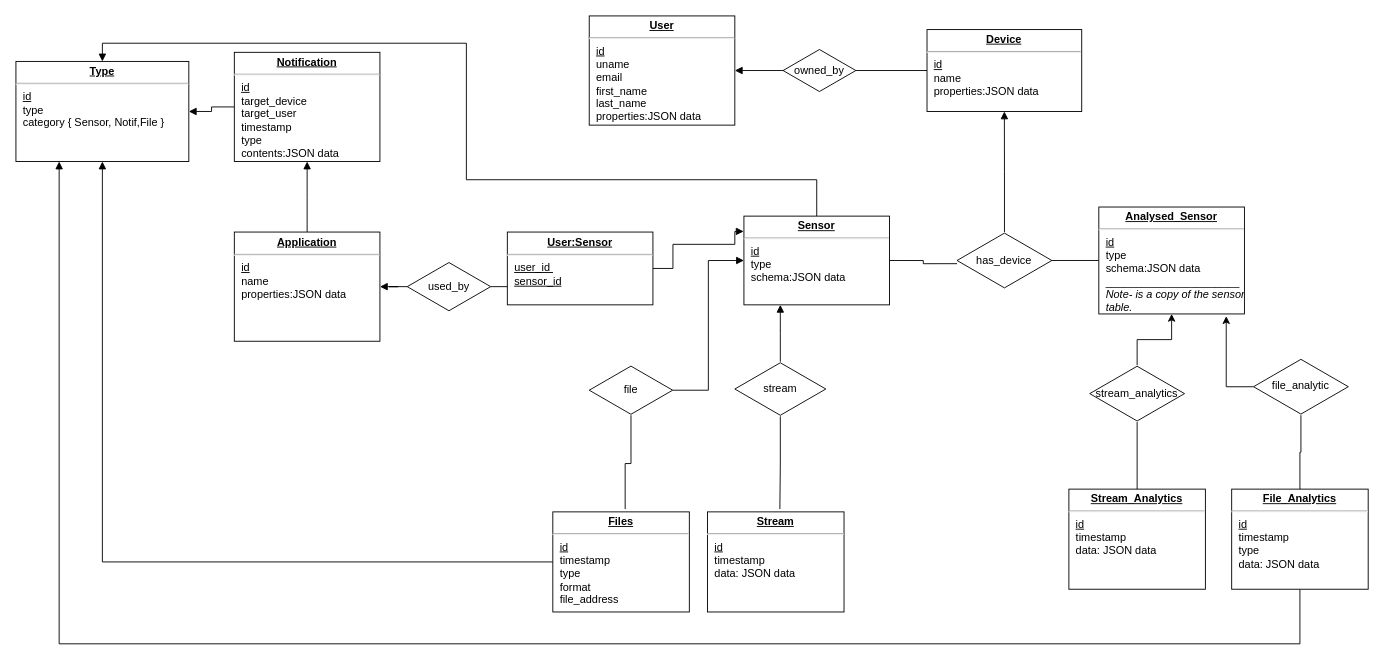
tanmay-rpatil/backend keeps this draw.io diagram as database_design/ER.drawio. Above is the earlier version. Source tidied: cells renumbered, new cells numbered last; positions are measured from the earlier drawing's top-left corner, leaving out a move shared by most shapes. Both pictures are drawn from the tidied source at 91%, with x=0, y=0 at pixel (15, 15).
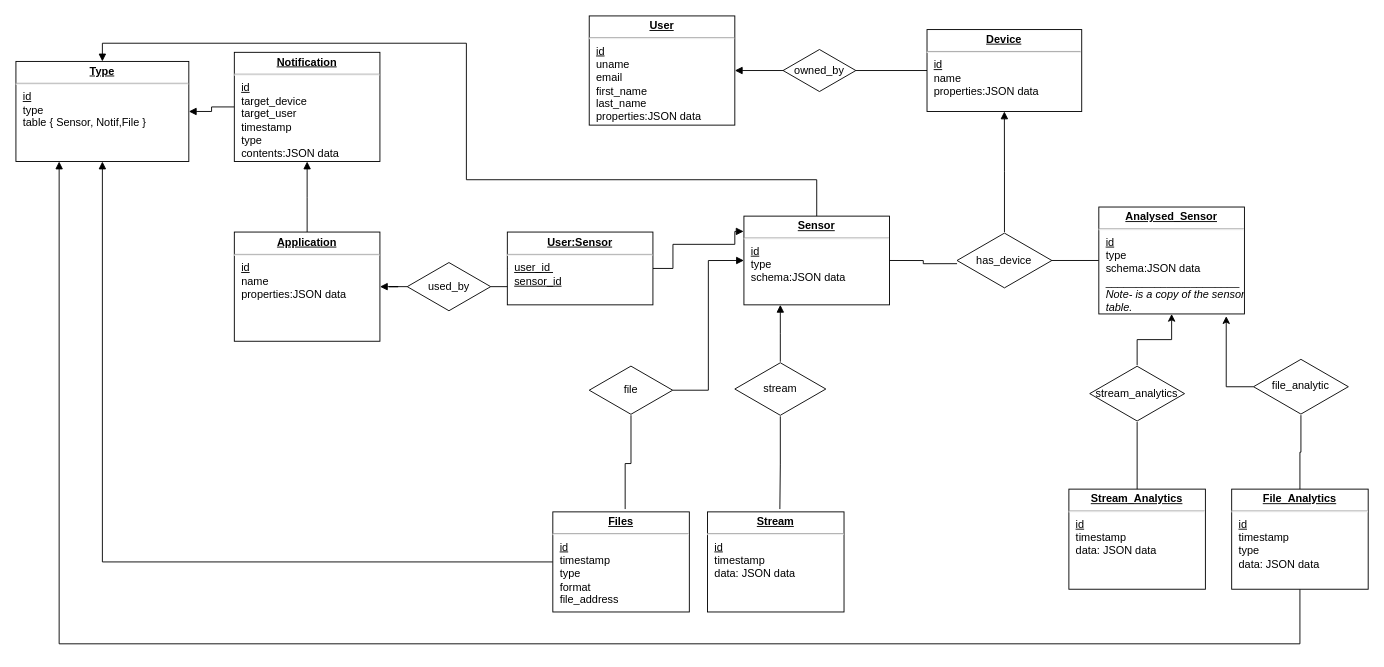
Above is the later version.

What changed in the source:
```diff
@@
-    <mxCell id="39" value="&lt;p style=&quot;margin: 0px ; margin-top: 4px ; text-align: center ; text-decoration: underline&quot;&gt;&lt;b&gt;Type&lt;/b&gt;&lt;/p&gt;&lt;hr&gt;&lt;p style=&quot;margin: 0px ; margin-left: 8px&quot;&gt;&lt;u&gt;id&lt;/u&gt;&lt;/p&gt;&lt;p style=&quot;margin: 0px ; margin-left: 8px&quot;&gt;type&lt;/p&gt;&lt;p style=&quot;margin: 0px ; margin-left: 8px&quot;&gt;category { Sensor, Notif,File }&lt;/p&gt;&lt;p style=&quot;margin: 0px ; margin-left: 8px&quot;&gt;&lt;br&gt;&lt;/p&gt;" style="verticalAlign=top;align=left;overflow=fill;fontSize=12;fontFamily=Helvetica;html=1;" parent="1" vertex="1">
+    <mxCell id="39" value="&lt;p style=&quot;margin: 0px ; margin-top: 4px ; text-align: center ; text-decoration: underline&quot;&gt;&lt;b&gt;Type&lt;/b&gt;&lt;/p&gt;&lt;hr&gt;&lt;p style=&quot;margin: 0px ; margin-left: 8px&quot;&gt;&lt;u&gt;id&lt;/u&gt;&lt;/p&gt;&lt;p style=&quot;margin: 0px ; margin-left: 8px&quot;&gt;type&lt;/p&gt;&lt;p style=&quot;margin: 0px ; margin-left: 8px&quot;&gt;table { Sensor, Notif,File }&lt;/p&gt;&lt;p style=&quot;margin: 0px ; margin-left: 8px&quot;&gt;&lt;br&gt;&lt;/p&gt;" style="verticalAlign=top;align=left;overflow=fill;fontSize=12;fontFamily=Helvetica;html=1;" parent="1" vertex="1">
       <mxGeometry y="50" width="190" height="110" as="geometry" />
     </mxCell>
```
